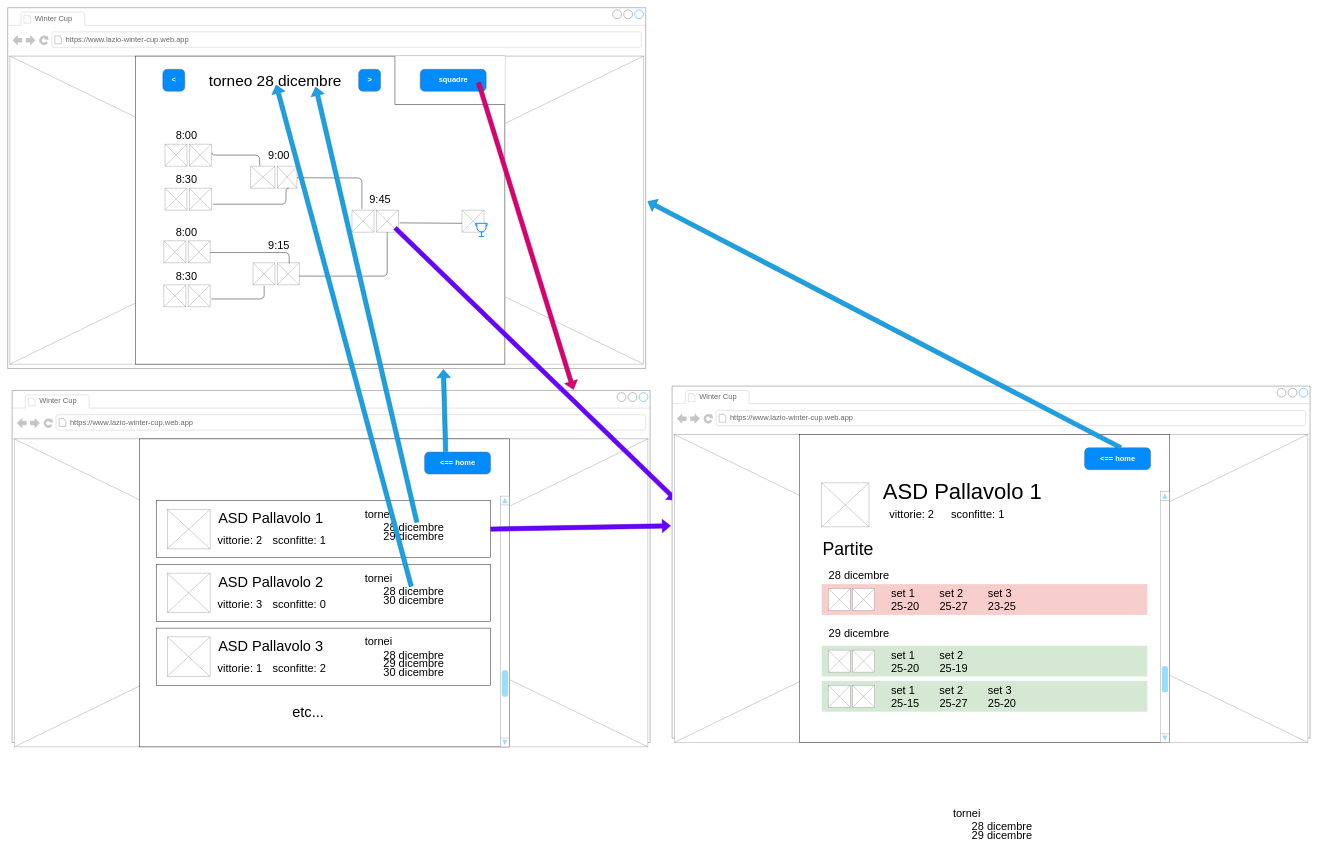
CuriousCI/lazio-winter-cup keeps this draw.io diagram as page "website" (1 of 2) of docs/wireframe.drawio. Above is the earlier version. Source tidied: cells renumbered, new cells numbered last; positions are measured from the earlier drawing's top-left corner, leaving out a move shared by most shapes. Both pictures are drawn from the tidied source at 44%, with x=0, y=0 at pixel (7, 7).
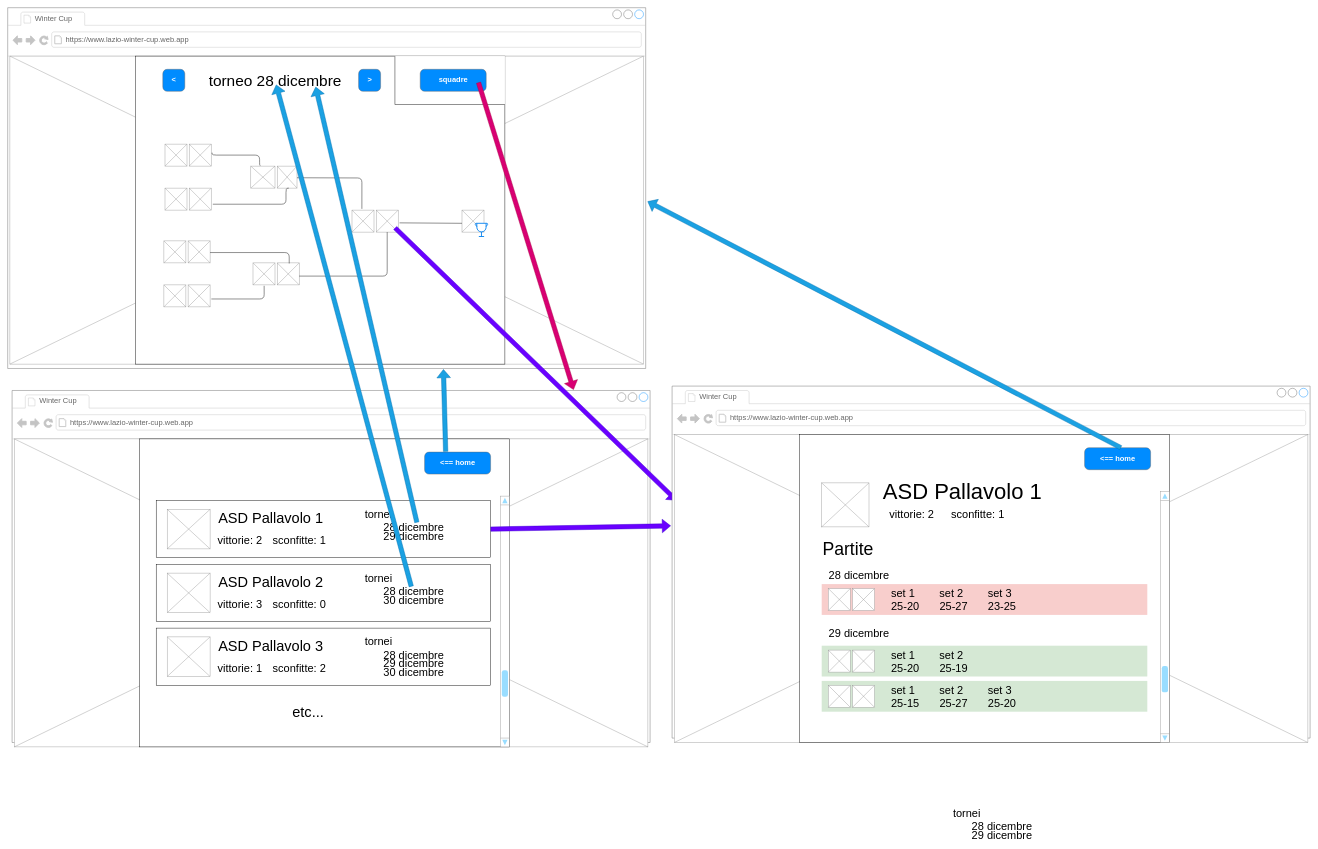
The same diagram, later.

Commit message:
Added cms to design

Unchanged cells that the change refers to:
```xml
<mxCell id="2" style="strokeWidth=1;shadow=0;dashed=0;align=center;html=1;shape=mxgraph.mockup.containers.browserWindow;rSize=0;strokeColor=#666666;strokeColor2=#008cff;strokeColor3=#c4c4c4;mainText=,;" parent="1" vertex="1">
  <mxGeometry width="1450" height="820" as="geometry" />
</mxCell>
```

The edit, as a diff of the source:
```diff
@@
-    <mxCell id="14" value="8:00" style="text;html=1;strokeColor=none;fillColor=none;align=center;verticalAlign=middle;whiteSpace=wrap;rounded=0;fontSize=25;" parent="2" vertex="1">
-      <mxGeometry x="370" y="280" width="72.5" height="20" as="geometry" />
-    </mxCell>
-    <mxCell id="15" value="8:30" style="text;html=1;strokeColor=none;fillColor=none;align=center;verticalAlign=middle;whiteSpace=wrap;rounded=0;fontSize=25;" parent="2" vertex="1">
-      <mxGeometry x="370" y="380" width="72.5" height="20" as="geometry" />
-    </mxCell>
-    <mxCell id="16" value="8:00" style="text;html=1;strokeColor=none;fillColor=none;align=center;verticalAlign=middle;whiteSpace=wrap;rounded=0;fontSize=25;" parent="2" vertex="1">
-      <mxGeometry x="370" y="500" width="72.5" height="20" as="geometry" />
-    </mxCell>
-    <mxCell id="17" value="9:15" style="text;html=1;strokeColor=none;fillColor=none;align=center;verticalAlign=middle;whiteSpace=wrap;rounded=0;fontSize=25;" parent="2" vertex="1">
-      <mxGeometry x="580" y="530" width="72.5" height="20" as="geometry" />
-    </mxCell>
@@
-    <mxCell id="41" value="8:30" style="text;html=1;strokeColor=none;fillColor=none;align=center;verticalAlign=middle;whiteSpace=wrap;rounded=0;fontSize=25;" parent="1" vertex="1">
-      <mxGeometry x="370" y="600" width="72.5" height="20" as="geometry" />
-    </mxCell>
-    <mxCell id="42" value="9:00" style="text;html=1;strokeColor=none;fillColor=none;align=center;verticalAlign=middle;whiteSpace=wrap;rounded=0;fontSize=25;" parent="1" vertex="1">
-      <mxGeometry x="580" y="325" width="72.5" height="20" as="geometry" />
-    </mxCell>
-    <mxCell id="43" value="9:45" style="text;html=1;strokeColor=none;fillColor=none;align=center;verticalAlign=middle;whiteSpace=wrap;rounded=0;fontSize=25;" parent="1" vertex="1">
-      <mxGeometry x="810" y="425" width="72.5" height="20" as="geometry" />
-    </mxCell>
```
